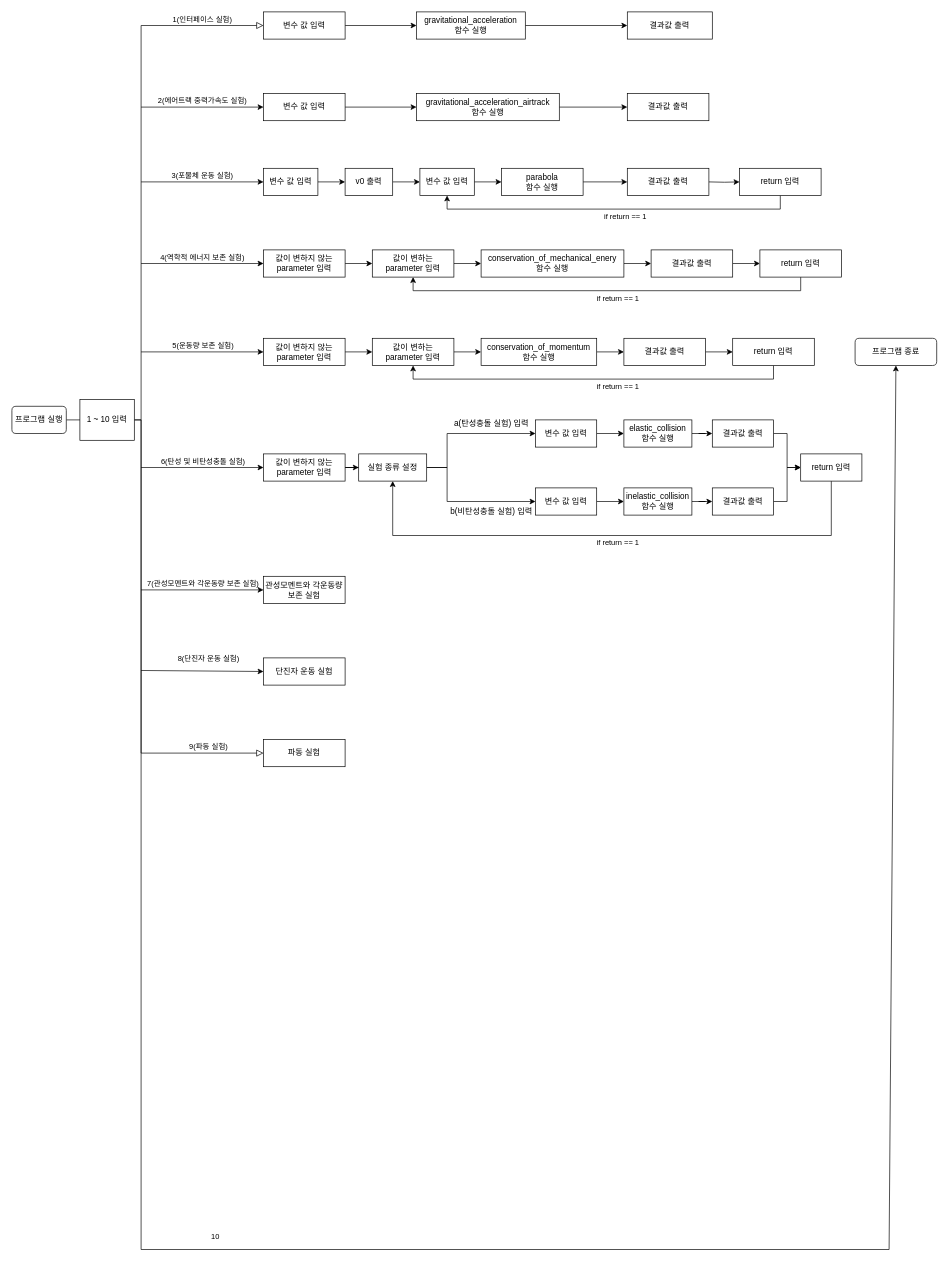
Before: 제목 없는 다이어그램.drawio in reewon/Term_Project, a draw.io diagram. Source tidied: cells renumbered, new cells numbered last; positions are measured from the earlier drawing's top-left corner, leaving out a move shared by most shapes. Both pictures are drawn from the tidied source at 68%, with x=0, y=0 at pixel (12, 12).
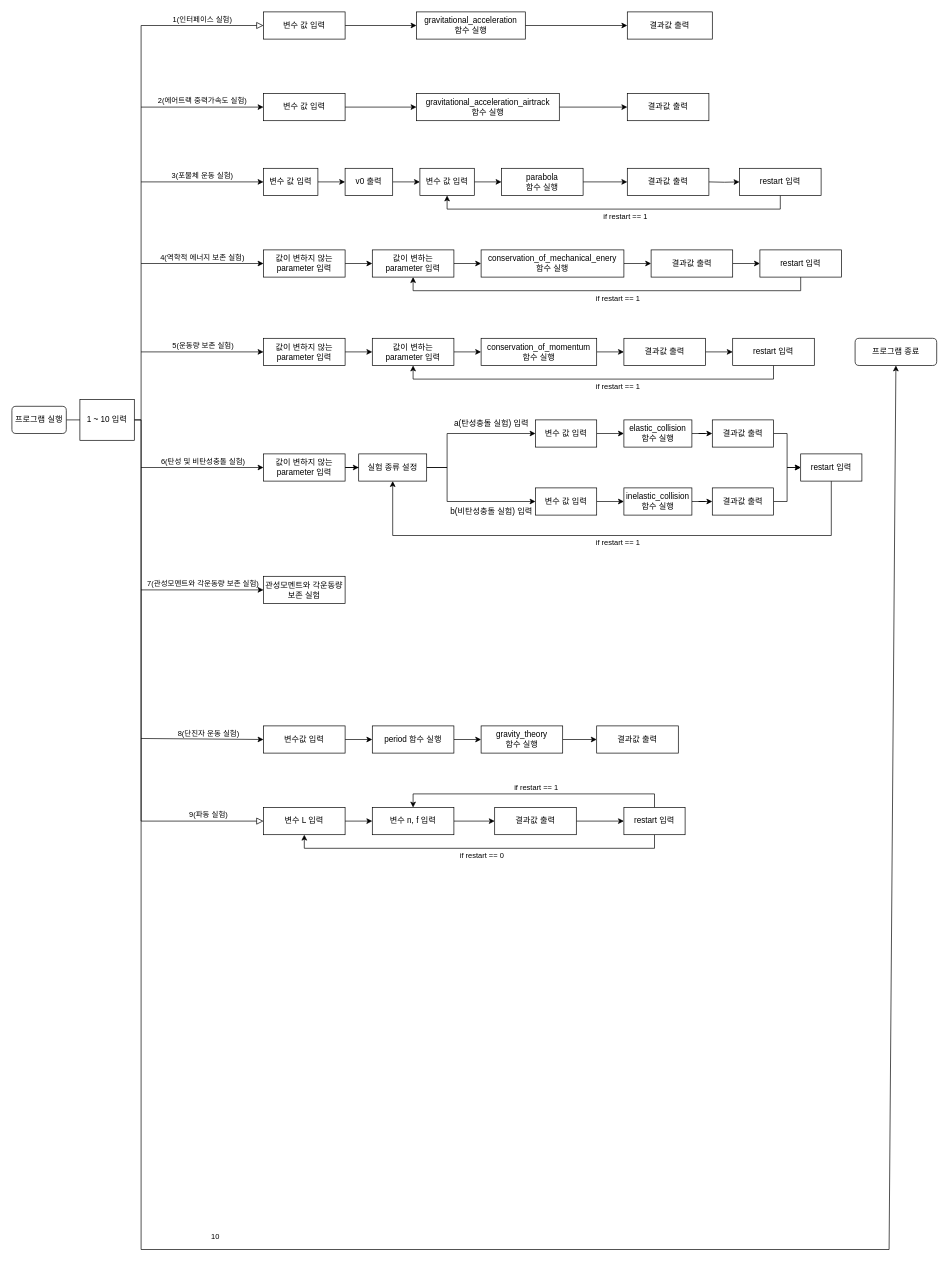
Above is the later version.

Commit message (it also covers changes not shown here):
제목 없는 다이어그램.drawio 업데이트

The change refers to these unchanged cells:
```xml
<mxCell id="19" style="endArrow=classic;html=1;rounded=0;entryX=0;entryY=0.5;entryDx=0;entryDy=0;" parent="1" edge="1" target="13">
  <mxGeometry relative="1" as="geometry">
    <mxPoint x="190" y="140" as="sourcePoint" />
  </mxGeometry>
</mxCell>
<mxCell id="36" value="1 ~ 10 입력" style="rounded=0;whiteSpace=wrap;html=1;" parent="1" vertex="1">
  <mxGeometry x="100" y="570" width="80" height="60" as="geometry" />
</mxCell>
<mxCell id="47" style="edgeStyle=orthogonalEdgeStyle;rounded=0;jettySize=auto;html=1;exitX=0.5;exitY=1;exitDx=0;exitDy=0;entryX=0.5;entryY=1;entryDx=0;entryDy=0;" parent="1" edge="1" source="57" target="56">
  <mxGeometry relative="1" as="geometry" />
</mxCell>
```

What changed in the source:
```diff
@@
-    <mxCell id="7" style="rounded=0;html=1;jettySize=auto;fontSize=11;endArrow=block;endFill=0;endSize=8;strokeWidth=1;shadow=0;labelBackgroundColor=none;edgeStyle=orthogonalEdgeStyle;exitX=1;exitY=0.5;exitDx=0;exitDy=0;" parent="1" edge="1" source="36" target="8">
+    <mxCell id="7" style="rounded=0;html=1;jettySize=auto;fontSize=11;endArrow=block;endFill=0;endSize=8;strokeWidth=1;shadow=0;labelBackgroundColor=none;edgeStyle=orthogonalEdgeStyle;exitX=1;exitY=0.5;exitDx=0;exitDy=0;entryX=0;entryY=0.5;entryDx=0;entryDy=0;" parent="1" edge="1" source="36" target="8">
       <mxGeometry y="20" relative="1" as="geometry">
         <Array as="points">
           <mxPoint x="190" y="600" />
-          <mxPoint x="190" y="1090" />
+          <mxPoint x="190" y="1190" />
         </Array>
       </mxGeometry>
     </mxCell>
+    <mxCell id="96" style="edgeStyle=orthogonalEdgeStyle;rounded=0;jettySize=auto;html=1;entryX=0;entryY=0.5;entryDx=0;entryDy=0;" parent="1" edge="1" source="8" target="107">
+      <mxGeometry relative="1" as="geometry" />
+    </mxCell>
-    <mxCell id="8" value="파동 실험" style="rounded=0;whiteSpace=wrap;html=1;fontSize=12;glass=0;strokeWidth=1;shadow=0;" parent="1" vertex="1">
-      <mxGeometry x="370" y="1070" width="120" height="40" as="geometry" />
+    <mxCell id="8" value="변수 L 입력" style="rounded=0;whiteSpace=wrap;html=1;fontSize=12;glass=0;strokeWidth=1;shadow=0;" parent="1" vertex="1">
+      <mxGeometry x="370" y="1170" width="120" height="40" as="geometry" />
     </mxCell>
@@
+    <mxCell id="97" style="edgeStyle=orthogonalEdgeStyle;rounded=0;jettySize=auto;html=1;entryX=0;entryY=0.5;entryDx=0;entryDy=0;" parent="1" edge="1" source="16" target="102">
+      <mxGeometry relative="1" as="geometry" />
+    </mxCell>
-    <mxCell id="16" value="단진자 운동 실험" style="rounded=0;whiteSpace=wrap;html=1;fontSize=12;glass=0;strokeWidth=1;shadow=0;" parent="1" vertex="1">
-      <mxGeometry x="370" y="950" width="120" height="40" as="geometry" />
+    <mxCell id="16" value="변수값 입력" style="rounded=0;whiteSpace=wrap;html=1;fontSize=12;glass=0;strokeWidth=1;shadow=0;" parent="1" vertex="1">
+      <mxGeometry x="370" y="1050" width="120" height="40" as="geometry" />
     </mxCell>
@@
     <mxCell id="26" value="8(단진자 운동 실험)" style="edgeLabel;html=1;align=center;verticalAlign=middle;" parent="19" vertex="1">
       <mxGeometry x="0.37" y="1" relative="1" as="geometry">
-        <mxPoint x="-25" y="811" as="offset" />
+        <mxPoint x="-25" y="921" as="offset" />
       </mxGeometry>
     </mxCell>
     <mxCell id="27" value="9(파동 실험)" style="edgeLabel;html=1;align=center;verticalAlign=middle;" parent="19" vertex="1">
       <mxGeometry x="0.37" y="1" relative="1" as="geometry">
-        <mxPoint x="-25" y="941" as="offset" />
+        <mxPoint x="-25" y="1041" as="offset" />
       </mxGeometry>
     </mxCell>
@@
     <mxCell id="35" style="endArrow=classic;html=1;rounded=0;entryX=0;entryY=0.5;entryDx=0;entryDy=0;" parent="1" edge="1" target="16">
       <mxGeometry relative="1" as="geometry">
-        <mxPoint x="190" y="968.5" as="sourcePoint" />
+        <mxPoint x="190" y="1068.5" as="sourcePoint" />
       </mxGeometry>
     </mxCell>
@@
-    <mxCell id="48" value="if return == 1" style="edgeLabel;html=1;align=center;verticalAlign=middle;" parent="47" vertex="1">
+    <mxCell id="48" value="if restart == 1" style="edgeLabel;html=1;align=center;verticalAlign=middle;" parent="47" vertex="1">
       <mxGeometry x="-0.1" y="-1" relative="1" as="geometry">
         <mxPoint x="-10" y="11" as="offset" />
       </mxGeometry>
     </mxCell>
-    <mxCell id="49" value="if return == 1" style="edgeLabel;html=1;align=center;verticalAlign=middle;" parent="47" vertex="1">
+    <mxCell id="49" value="if restart == 1" style="edgeLabel;html=1;align=center;verticalAlign=middle;" parent="47" vertex="1">
       <mxGeometry x="-0.1" y="-1" relative="1" as="geometry">
         <mxPoint x="-21" y="131" as="offset" />
       </mxGeometry>
     </mxCell>
-    <mxCell id="50" value="if return == 1" style="edgeLabel;html=1;align=center;verticalAlign=middle;" parent="47" vertex="1">
-      <mxGeometry x="-0.1" y="-1" relative="1" as="geometry">
-        <mxPoint x="-21" y="261" as="offset" />
-      </mxGeometry>
-    </mxCell>
-    <mxCell id="51" value="if return == 1" style="edgeLabel;html=1;align=center;verticalAlign=middle;" parent="47" vertex="1">
+    <mxCell id="51" value="if restart == 1" style="edgeLabel;html=1;align=center;verticalAlign=middle;" parent="47" vertex="1">
       <mxGeometry x="-0.1" y="-1" relative="1" as="geometry">
         <mxPoint x="-21" y="491" as="offset" />
       </mxGeometry>
     </mxCell>
+    <mxCell id="98" value="if restart == 1" style="edgeLabel;html=1;align=center;verticalAlign=middle;" parent="47" vertex="1">
+      <mxGeometry x="-0.1" y="-1" relative="1" as="geometry">
+        <mxPoint x="-21" y="261" as="offset" />
+      </mxGeometry>
+    </mxCell>
+    <mxCell id="99" value="if restart == 1" style="edgeLabel;html=1;align=center;verticalAlign=middle;" parent="47" vertex="1">
+      <mxGeometry x="-0.1" y="-1" relative="1" as="geometry">
+        <mxPoint x="-141" y="851" as="offset" />
+      </mxGeometry>
+    </mxCell>
+    <mxCell id="100" value="if restart == 0" style="edgeLabel;html=1;align=center;verticalAlign=middle;" parent="47" vertex="1">
+      <mxGeometry x="-0.1" y="-1" relative="1" as="geometry">
+        <mxPoint x="-221" y="951" as="offset" />
+      </mxGeometry>
+    </mxCell>
@@
-    <mxCell id="57" value="return 입력" style="rounded=0;whiteSpace=wrap;html=1;fontSize=12;glass=0;strokeWidth=1;shadow=0;" parent="1" vertex="1">
+    <mxCell id="57" value="restart 입력" style="rounded=0;whiteSpace=wrap;html=1;fontSize=12;glass=0;strokeWidth=1;shadow=0;" parent="1" vertex="1">
       <mxGeometry x="1070" y="230" width="120" height="40" as="geometry" />
     </mxCell>
@@
-    <mxCell id="66" value="return 입력" style="rounded=0;whiteSpace=wrap;html=1;fontSize=12;glass=0;strokeWidth=1;shadow=0;" parent="1" vertex="1">
+    <mxCell id="66" value="restart 입력" style="rounded=0;whiteSpace=wrap;html=1;fontSize=12;glass=0;strokeWidth=1;shadow=0;" parent="1" vertex="1">
       <mxGeometry x="1100" y="350" width="120" height="40" as="geometry" />
     </mxCell>
@@
-    <mxCell id="76" value="return 입력" style="rounded=0;whiteSpace=wrap;html=1;fontSize=12;glass=0;strokeWidth=1;shadow=0;" parent="1" vertex="1">
+    <mxCell id="76" value="restart 입력" style="rounded=0;whiteSpace=wrap;html=1;fontSize=12;glass=0;strokeWidth=1;shadow=0;" parent="1" vertex="1">
       <mxGeometry x="1060" y="480" width="120" height="40" as="geometry" />
     </mxCell>
@@
-    <mxCell id="95" value="return 입력" style="rounded=0;whiteSpace=wrap;html=1;fontSize=12;glass=0;strokeWidth=1;shadow=0;" parent="1" vertex="1">
+    <mxCell id="95" value="restart 입력" style="rounded=0;whiteSpace=wrap;html=1;fontSize=12;glass=0;strokeWidth=1;shadow=0;" parent="1" vertex="1">
       <mxGeometry x="1160" y="650" width="90" height="40" as="geometry" />
     </mxCell>
+    <mxCell id="101" style="edgeStyle=orthogonalEdgeStyle;rounded=0;jettySize=auto;html=1;entryX=0;entryY=0.5;entryDx=0;entryDy=0;" parent="1" edge="1" source="102" target="104">
+      <mxGeometry relative="1" as="geometry" />
+    </mxCell>
+    <mxCell id="102" value="period 함수 실행" style="rounded=0;whiteSpace=wrap;html=1;fontSize=12;glass=0;strokeWidth=1;shadow=0;" parent="1" vertex="1">
+      <mxGeometry x="530" y="1050" width="120" height="40" as="geometry" />
+    </mxCell>
+    <mxCell id="103" style="edgeStyle=orthogonalEdgeStyle;rounded=0;jettySize=auto;html=1;entryX=0;entryY=0.5;entryDx=0;entryDy=0;" parent="1" edge="1" source="104" target="105">
+      <mxGeometry relative="1" as="geometry" />
+    </mxCell>
+    <mxCell id="104" value="&lt;div&gt;gravity_theory&lt;br&gt;&lt;/div&gt;&lt;div&gt;함수 실행&lt;/div&gt;" style="rounded=0;whiteSpace=wrap;html=1;fontSize=12;glass=0;strokeWidth=1;shadow=0;" parent="1" vertex="1">
+      <mxGeometry x="690" y="1050" width="120" height="40" as="geometry" />
+    </mxCell>
+    <mxCell id="105" value="결과값 출력" style="rounded=0;whiteSpace=wrap;html=1;fontSize=12;glass=0;strokeWidth=1;shadow=0;" parent="1" vertex="1">
+      <mxGeometry x="860" y="1050" width="120" height="40" as="geometry" />
+    </mxCell>
+    <mxCell id="106" style="edgeStyle=orthogonalEdgeStyle;rounded=0;jettySize=auto;html=1;entryX=0;entryY=0.5;entryDx=0;entryDy=0;" parent="1" edge="1" source="107" target="109">
+      <mxGeometry relative="1" as="geometry" />
+    </mxCell>
+    <mxCell id="107" value="변수 n, f 입력" style="rounded=0;whiteSpace=wrap;html=1;fontSize=12;glass=0;strokeWidth=1;shadow=0;" parent="1" vertex="1">
+      <mxGeometry x="530" y="1170" width="120" height="40" as="geometry" />
+    </mxCell>
+    <mxCell id="108" style="edgeStyle=orthogonalEdgeStyle;rounded=0;jettySize=auto;html=1;entryX=0;entryY=0.5;entryDx=0;entryDy=0;" parent="1" edge="1" source="109" target="112">
+      <mxGeometry relative="1" as="geometry" />
+    </mxCell>
+    <mxCell id="109" value="결과값 출력" style="rounded=0;whiteSpace=wrap;html=1;fontSize=12;glass=0;strokeWidth=1;shadow=0;" parent="1" vertex="1">
+      <mxGeometry x="710" y="1170" width="120" height="40" as="geometry" />
+    </mxCell>
+    <mxCell id="110" style="edgeStyle=orthogonalEdgeStyle;rounded=0;jettySize=auto;html=1;entryX=0.5;entryY=1;entryDx=0;entryDy=0;" parent="1" edge="1" source="112" target="8">
+      <mxGeometry relative="1" as="geometry">
+        <Array as="points">
+          <mxPoint x="945" y="1230" />
+          <mxPoint x="430" y="1230" />
+        </Array>
+      </mxGeometry>
+    </mxCell>
+    <mxCell id="111" style="edgeStyle=orthogonalEdgeStyle;rounded=0;jettySize=auto;html=1;entryX=0.5;entryY=0;entryDx=0;entryDy=0;" parent="1" edge="1" source="112" target="107">
+      <mxGeometry relative="1" as="geometry">
+        <Array as="points">
+          <mxPoint x="945" y="1150" />
+          <mxPoint x="590" y="1150" />
+        </Array>
+      </mxGeometry>
+    </mxCell>
+    <mxCell id="112" value="restart 입력" style="rounded=0;whiteSpace=wrap;html=1;fontSize=12;glass=0;strokeWidth=1;shadow=0;" parent="1" vertex="1">
+      <mxGeometry x="900" y="1170" width="90" height="40" as="geometry" />
+    </mxCell>
```
